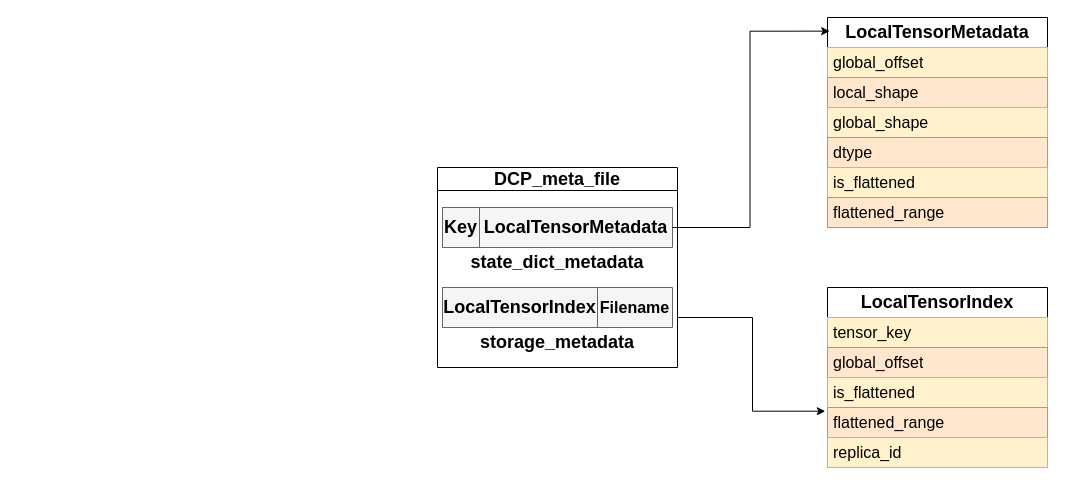
Earlier version of the draw.io diagram drawio_images/DCP_meta_file.drawio (zty-king/zty-king). Source tidied: cells renumbered, new cells numbered last; positions are measured from the earlier drawing's top-left corner, leaving out a move shared by most shapes. Both pictures are drawn from the tidied source at 100%, with x=0, y=0 at pixel (437, 17).
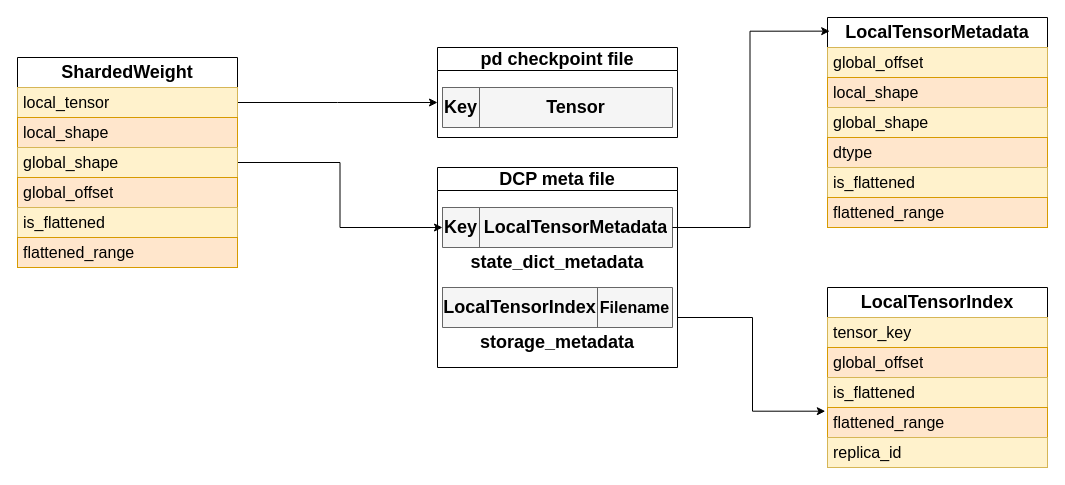
The same page after the edit.

Unchanged cells that the change refers to:
```xml
<mxCell id="6" style="shape=tableRow;horizontal=0;startSize=0;swimlaneHead=0;swimlaneBody=0;strokeColor=inherit;top=0;left=0;bottom=0;right=0;fillColor=none;points=[[0,0.5],[1,0.5]];portConstraint=eastwest;fontSize=16;" parent="5" vertex="1">
  <mxGeometry width="230" height="40" as="geometry" />
</mxCell>
```

What changed in the source:
```diff
@@
-    <mxCell id="2" value="&lt;font style=&quot;font-size: 18px;&quot;&gt;DCP_meta_file&lt;/font&gt;" style="swimlane;whiteSpace=wrap;html=1;" parent="1" vertex="1">
+    <mxCell id="2" value="&lt;font style=&quot;font-size: 18px;&quot;&gt;DCP meta file&lt;/font&gt;" style="swimlane;whiteSpace=wrap;html=1;" parent="1" vertex="1">
       <mxGeometry y="150" width="240" height="200" as="geometry" />
     </mxCell>
@@
+    <mxCell id="28" style="edgeStyle=orthogonalEdgeStyle;rounded=0;jettySize=auto;html=1;exitX=1;exitY=0.5;exitDx=0;exitDy=0;entryX=0;entryY=0.5;entryDx=0;entryDy=0;" parent="1" edge="1" source="29" target="6">
+      <mxGeometry relative="1" as="geometry" />
+    </mxCell>
+    <mxCell id="29" value="&lt;span style=&quot;font-size: 18px; font-weight: 700;&quot;&gt;ShardedWeight&lt;/span&gt;" style="swimlane;fontStyle=0;horizontal=1;startSize=30;whiteSpace=wrap;html=1;" parent="1" vertex="1">
+      <mxGeometry x="-420" y="40" width="220" height="210" as="geometry" />
+    </mxCell>
+    <mxCell id="30" style="edgeStyle=orthogonalEdgeStyle;rounded=0;jettySize=auto;html=1;exitX=1;exitY=0.5;exitDx=0;exitDy=0;" parent="29" edge="1" source="31">
+      <mxGeometry relative="1" as="geometry">
+        <mxPoint x="420" y="45" as="targetPoint" />
+      </mxGeometry>
+    </mxCell>
+    <mxCell id="31" value="&lt;font style=&quot;font-size: 16px;&quot;&gt;local_tensor&lt;/font&gt;" style="text;strokeColor=#d6b656;fillColor=#fff2cc;align=left;verticalAlign=middle;spacingLeft=4;spacingRight=4;overflow=hidden;points=[[0,0.5],[1,0.5]];portConstraint=eastwest;whiteSpace=wrap;html=1;" parent="29" vertex="1">
+      <mxGeometry y="30" width="220" height="30" as="geometry" />
+    </mxCell>
+    <mxCell id="32" value="&lt;font style=&quot;font-size: 16px;&quot;&gt;local_shape&lt;/font&gt;" style="text;strokeColor=#d79b00;fillColor=#ffe6cc;align=left;verticalAlign=middle;spacingLeft=4;spacingRight=4;overflow=hidden;whiteSpace=wrap;html=1;" parent="29" vertex="1">
+      <mxGeometry y="60" width="220" height="30" as="geometry" />
+    </mxCell>
+    <mxCell id="33" value="&lt;font style=&quot;font-size: 16px;&quot;&gt;global_shape&lt;/font&gt;" style="text;strokeColor=#d6b656;fillColor=#fff2cc;align=left;verticalAlign=middle;spacingLeft=4;spacingRight=4;overflow=hidden;whiteSpace=wrap;html=1;" parent="29" vertex="1">
+      <mxGeometry y="90" width="220" height="30" as="geometry" />
+    </mxCell>
+    <mxCell id="34" value="&lt;span style=&quot;font-size: 16px;&quot;&gt;global_offset&lt;/span&gt;" style="text;strokeColor=#d79b00;fillColor=#ffe6cc;align=left;verticalAlign=middle;spacingLeft=4;spacingRight=4;overflow=hidden;whiteSpace=wrap;html=1;" parent="29" vertex="1">
+      <mxGeometry y="120" width="220" height="30" as="geometry" />
+    </mxCell>
+    <mxCell id="35" value="&lt;font style=&quot;font-size: 16px;&quot;&gt;is_flattened&lt;/font&gt;" style="text;strokeColor=#d6b656;fillColor=#fff2cc;align=left;verticalAlign=middle;spacingLeft=4;spacingRight=4;overflow=hidden;whiteSpace=wrap;html=1;" parent="29" vertex="1">
+      <mxGeometry y="150" width="220" height="30" as="geometry" />
+    </mxCell>
+    <mxCell id="36" value="&lt;font style=&quot;font-size: 16px;&quot;&gt;flattened_range&lt;/font&gt;" style="text;strokeColor=#d79b00;fillColor=#ffe6cc;align=left;verticalAlign=middle;spacingLeft=4;spacingRight=4;overflow=hidden;whiteSpace=wrap;html=1;" parent="29" vertex="1">
+      <mxGeometry y="180" width="220" height="30" as="geometry" />
+    </mxCell>
+    <mxCell id="37" value="&lt;font style=&quot;font-size: 18px;&quot;&gt;pd checkpoint file&lt;/font&gt;" style="swimlane;whiteSpace=wrap;html=1;" parent="1" vertex="1">
+      <mxGeometry y="30" width="240" height="90" as="geometry" />
+    </mxCell>
+    <mxCell id="38" style="shape=table;startSize=0;childLayout=tableLayout;fontSize=16;fillColor=#f5f5f5;fontColor=#333333;strokeColor=#666666;" parent="1" vertex="1">
+      <mxGeometry x="5" y="70" width="230" height="40" as="geometry" />
+    </mxCell>
+    <mxCell id="39" style="shape=tableRow;horizontal=0;startSize=0;swimlaneHead=0;swimlaneBody=0;strokeColor=inherit;top=0;left=0;bottom=0;right=0;fillColor=none;fontSize=16;" parent="38" vertex="1">
+      <mxGeometry width="230" height="40" as="geometry" />
+    </mxCell>
+    <mxCell id="40" value="&lt;font style=&quot;font-size: 18px;&quot;&gt;&lt;b&gt;Key&lt;/b&gt;&lt;/font&gt;" style="shape=partialRectangle;html=1;whiteSpace=wrap;strokeColor=inherit;overflow=hidden;fillColor=none;top=0;left=0;bottom=0;right=0;fontSize=16;" parent="39" vertex="1">
+      <mxGeometry width="37" height="40" as="geometry" />
+    </mxCell>
+    <mxCell id="41" value="&lt;font style=&quot;font-size: 18px;&quot;&gt;&lt;b&gt;Tensor&lt;/b&gt;&lt;/font&gt;" style="shape=partialRectangle;html=1;whiteSpace=wrap;strokeColor=inherit;overflow=hidden;fillColor=none;top=0;left=0;bottom=0;right=0;fontSize=16;" parent="39" vertex="1">
+      <mxGeometry x="37" width="193" height="40" as="geometry" />
+    </mxCell>
```
